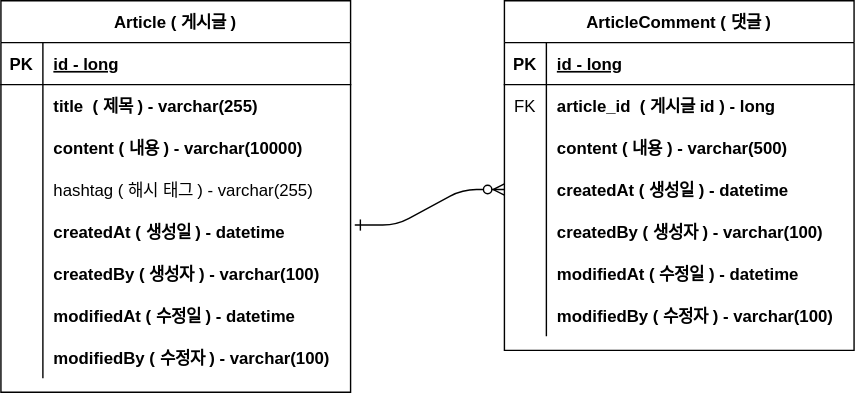
Before: document/project-board-erd.svg, a diagram exported from draw.io (jinsuo1o7/project-board). Source tidied: cells renumbered, new cells last; positions are measured from the earlier drawing's top-left corner, leaving out a move shared by most shapes.
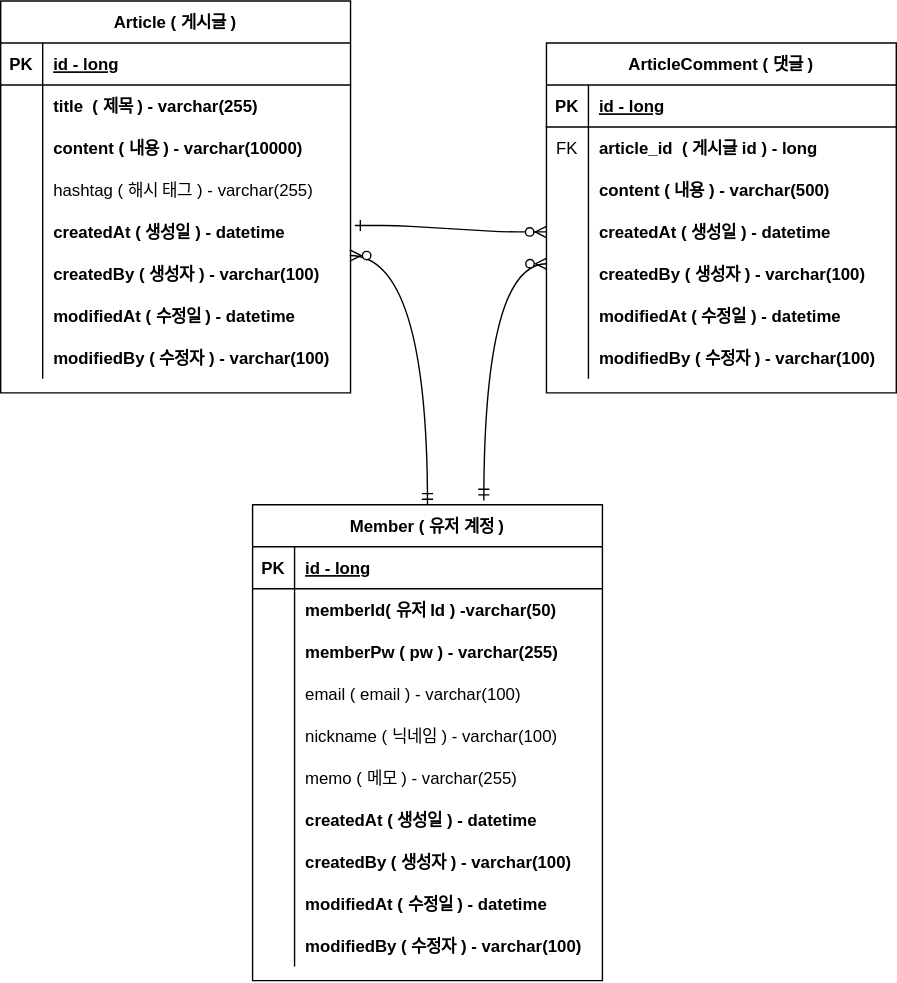
After the commit.

Commit message:
#20 - add member erd

The edit, as a diff of the source:
```diff
@@ -81,7 +81,7 @@
       <mxGeometry x="30" width="220" height="30" as="geometry" />
     </mxCell>
     <mxCell id="28" value="ArticleComment ( 댓글 )" style="shape=table;startSize=30;rowLines=0;fontStyle=1;align=center;" parent="1" vertex="1">
-      <mxGeometry x="360" width="250" height="250" as="geometry" />
+      <mxGeometry x="390" y="30" width="250" height="250" as="geometry" />
     </mxCell>
     <mxCell id="29" style="shape=partialRectangle;fillColor=none;top=0;left=0;right=0;bottom=1;" parent="28" vertex="1">
       <mxGeometry y="30" width="250" height="30" as="geometry" />
@@ -146,5 +146,104 @@
     <mxCell id="49" value="modifiedBy ( 수정자 ) - varchar(100)" style="shape=partialRectangle;overflow=hidden;fillColor=none;top=0;left=0;bottom=0;right=0;align=left;spacingLeft=6;fontStyle=1;" parent="47" vertex="1">
       <mxGeometry x="30" width="220" height="30" as="geometry" />
     </mxCell>
+    <mxCell id="50" value="Member ( 유저 계정 )" style="shape=table;startSize=30;rowLines=0;fontStyle=1;align=center;" parent="1" vertex="1">
+      <mxGeometry x="180" y="360" width="250" height="340" as="geometry" />
+    </mxCell>
+    <mxCell id="51" style="shape=partialRectangle;fillColor=none;top=0;left=0;right=0;bottom=1;" parent="50" vertex="1">
+      <mxGeometry y="30" width="250" height="30" as="geometry" />
+    </mxCell>
+    <mxCell id="52" value="PK" style="shape=partialRectangle;overflow=hidden;fillColor=none;top=0;left=0;bottom=0;right=0;fontStyle=1;" parent="51" vertex="1">
+      <mxGeometry width="30" height="30" as="geometry" />
+    </mxCell>
+    <mxCell id="53" value="id - long" style="shape=partialRectangle;overflow=hidden;fillColor=none;top=0;left=0;bottom=0;right=0;align=left;spacingLeft=6;fontStyle=5;" parent="51" vertex="1">
+      <mxGeometry x="30" width="220" height="30" as="geometry" />
+    </mxCell>
+    <mxCell id="54" style="shape=partialRectangle;fillColor=none;top=0;left=0;right=0;bottom=0;" parent="50" vertex="1">
+      <mxGeometry y="60" width="250" height="30" as="geometry" />
+    </mxCell>
+    <mxCell id="55" style="shape=partialRectangle;overflow=hidden;fillColor=none;top=0;left=0;bottom=0;right=0;" parent="54" vertex="1">
+      <mxGeometry width="30" height="30" as="geometry" />
+    </mxCell>
+    <mxCell id="56" value="memberId( 유저 Id ) -varchar(50)" style="shape=partialRectangle;overflow=hidden;fillColor=none;top=0;left=0;bottom=0;right=0;align=left;spacingLeft=6;fontStyle=1;" parent="54" vertex="1">
+      <mxGeometry x="30" width="220" height="30" as="geometry" />
+    </mxCell>
+    <mxCell id="57" style="shape=partialRectangle;fillColor=none;top=0;left=0;right=0;bottom=0;" parent="50" vertex="1">
+      <mxGeometry y="90" width="250" height="30" as="geometry" />
+    </mxCell>
+    <mxCell id="58" style="shape=partialRectangle;overflow=hidden;fillColor=none;top=0;left=0;bottom=0;right=0;" parent="57" vertex="1">
+      <mxGeometry width="30" height="30" as="geometry" />
+    </mxCell>
+    <mxCell id="59" value="memberPw ( pw ) - varchar(255)" style="shape=partialRectangle;overflow=hidden;fillColor=none;top=0;left=0;bottom=0;right=0;align=left;spacingLeft=6;fontStyle=1;" parent="57" vertex="1">
+      <mxGeometry x="30" width="220" height="30" as="geometry" />
+    </mxCell>
+    <mxCell id="60" style="shape=partialRectangle;fillColor=none;top=0;left=0;right=0;bottom=0;" parent="50" vertex="1">
+      <mxGeometry y="120" width="250" height="30" as="geometry" />
+    </mxCell>
+    <mxCell id="61" style="shape=partialRectangle;overflow=hidden;fillColor=none;top=0;left=0;bottom=0;right=0;" parent="60" vertex="1">
+      <mxGeometry width="30" height="30" as="geometry" />
+    </mxCell>
+    <mxCell id="62" value="email ( email ) - varchar(100)" style="shape=partialRectangle;overflow=hidden;fillColor=none;top=0;left=0;bottom=0;right=0;align=left;spacingLeft=6;" parent="60" vertex="1">
+      <mxGeometry x="30" width="220" height="30" as="geometry" />
+    </mxCell>
+    <mxCell id="63" style="shape=partialRectangle;fillColor=none;top=0;left=0;right=0;bottom=0;" parent="50" vertex="1">
+      <mxGeometry y="150" width="250" height="30" as="geometry" />
+    </mxCell>
+    <mxCell id="64" style="shape=partialRectangle;overflow=hidden;fillColor=none;top=0;left=0;bottom=0;right=0;" parent="63" vertex="1">
+      <mxGeometry width="30" height="30" as="geometry" />
+    </mxCell>
+    <mxCell id="65" value="nickname ( 닉네임 ) - varchar(100)" style="shape=partialRectangle;overflow=hidden;fillColor=none;top=0;left=0;bottom=0;right=0;align=left;spacingLeft=6;" parent="63" vertex="1">
+      <mxGeometry x="30" width="220" height="30" as="geometry" />
+    </mxCell>
+    <mxCell id="66" style="shape=partialRectangle;fillColor=none;top=0;left=0;right=0;bottom=0;" parent="50" vertex="1">
+      <mxGeometry y="180" width="250" height="30" as="geometry" />
+    </mxCell>
+    <mxCell id="67" style="shape=partialRectangle;overflow=hidden;fillColor=none;top=0;left=0;bottom=0;right=0;" parent="66" vertex="1">
+      <mxGeometry width="30" height="30" as="geometry" />
+    </mxCell>
+    <mxCell id="68" value="memo ( 메모 ) - varchar(255)" style="shape=partialRectangle;overflow=hidden;fillColor=none;top=0;left=0;bottom=0;right=0;align=left;spacingLeft=6;" parent="66" vertex="1">
+      <mxGeometry x="30" width="220" height="30" as="geometry" />
+    </mxCell>
+    <mxCell id="69" style="shape=partialRectangle;fillColor=none;top=0;left=0;right=0;bottom=0;" parent="50" vertex="1">
+      <mxGeometry y="210" width="250" height="30" as="geometry" />
+    </mxCell>
+    <mxCell id="70" style="shape=partialRectangle;overflow=hidden;fillColor=none;top=0;left=0;bottom=0;right=0;" parent="69" vertex="1">
+      <mxGeometry width="30" height="30" as="geometry" />
+    </mxCell>
+    <mxCell id="71" value="createdAt ( 생성일 ) - datetime" style="shape=partialRectangle;overflow=hidden;fillColor=none;top=0;left=0;bottom=0;right=0;align=left;spacingLeft=6;fontStyle=1;" parent="69" vertex="1">
+      <mxGeometry x="30" width="220" height="30" as="geometry" />
+    </mxCell>
+    <mxCell id="72" style="shape=partialRectangle;fillColor=none;top=0;left=0;right=0;bottom=0;" parent="50" vertex="1">
+      <mxGeometry y="240" width="250" height="30" as="geometry" />
+    </mxCell>
+    <mxCell id="73" style="shape=partialRectangle;overflow=hidden;fillColor=none;top=0;left=0;bottom=0;right=0;" parent="72" vertex="1">
+      <mxGeometry width="30" height="30" as="geometry" />
+    </mxCell>
+    <mxCell id="74" value="createdBy ( 생성자 ) - varchar(100)" style="shape=partialRectangle;overflow=hidden;fillColor=none;top=0;left=0;bottom=0;right=0;align=left;spacingLeft=6;fontStyle=1;" parent="72" vertex="1">
+      <mxGeometry x="30" width="220" height="30" as="geometry" />
+    </mxCell>
+    <mxCell id="75" style="shape=partialRectangle;fillColor=none;top=0;left=0;right=0;bottom=0;" parent="50" vertex="1">
+      <mxGeometry y="270" width="250" height="30" as="geometry" />
+    </mxCell>
+    <mxCell id="76" style="shape=partialRectangle;overflow=hidden;fillColor=none;top=0;left=0;bottom=0;right=0;" parent="75" vertex="1">
+      <mxGeometry width="30" height="30" as="geometry" />
+    </mxCell>
+    <mxCell id="77" value="modifiedAt ( 수정일 ) - datetime" style="shape=partialRectangle;overflow=hidden;fillColor=none;top=0;left=0;bottom=0;right=0;align=left;spacingLeft=6;fontStyle=1;" parent="75" vertex="1">
+      <mxGeometry x="30" width="220" height="30" as="geometry" />
+    </mxCell>
+    <mxCell id="78" style="shape=partialRectangle;fillColor=none;top=0;left=0;right=0;bottom=0;" parent="50" vertex="1">
+      <mxGeometry y="300" width="250" height="30" as="geometry" />
+    </mxCell>
+    <mxCell id="79" style="shape=partialRectangle;overflow=hidden;fillColor=none;top=0;left=0;bottom=0;right=0;" parent="78" vertex="1">
+      <mxGeometry width="30" height="30" as="geometry" />
+    </mxCell>
+    <mxCell id="80" value="modifiedBy ( 수정자 ) - varchar(100)" style="shape=partialRectangle;overflow=hidden;fillColor=none;top=0;left=0;bottom=0;right=0;align=left;spacingLeft=6;fontStyle=1;" parent="78" vertex="1">
+      <mxGeometry x="30" width="220" height="30" as="geometry" />
+    </mxCell>
+    <mxCell id="81" style="edgeStyle=orthogonalEdgeStyle;fontSize=12;html=1;endArrow=ERzeroToMany;startArrow=ERmandOne;rounded=0;curved=1;exitX=0.661;exitY=-0.009;exitDx=0;exitDy=0;exitPerimeter=0;entryX=0.001;entryY=0.257;entryDx=0;entryDy=0;entryPerimeter=0;" parent="1" edge="1" source="50" target="41">
+      <mxGeometry relative="1" as="geometry" />
+    </mxCell>
+    <mxCell id="82" style="fontSize=12;html=1;endArrow=ERzeroToMany;startArrow=ERmandOne;rounded=0;entryX=0.998;entryY=0.062;entryDx=0;entryDy=0;entryPerimeter=0;edgeStyle=orthogonalEdgeStyle;curved=1;" parent="1" edge="1" source="50" target="19">
+      <mxGeometry relative="1" as="geometry" />
+    </mxCell>
   </root>
 </mxGraphModel>
```
